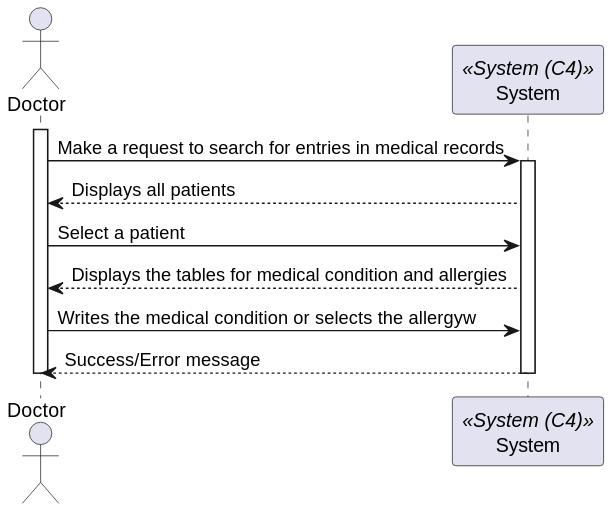
Earlier version of the PlantUML export docs/Sprint_3/Backoffice/US_7.2.7/L1/Process_View.svg (Rodrick0209/ISEP-SEM5PI-24-25).
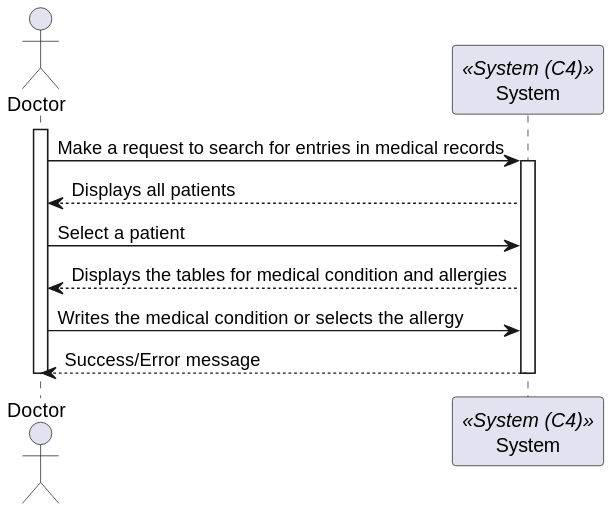
After the commit.

What changed in the source:
```diff
@@ -9,7 +9,7 @@
 System --> Doctor: Displays all patients
 Doctor -> System: Select a patient
 System --> Doctor : Displays the tables for medical condition and allergies
-Doctor -> System: Writes the medical condition or selects the allergyw
+Doctor -> System: Writes the medical condition or selects the allergy
 System --> Doctor: Success/Error message
 deactivate System
 deactivate Doctor
```
